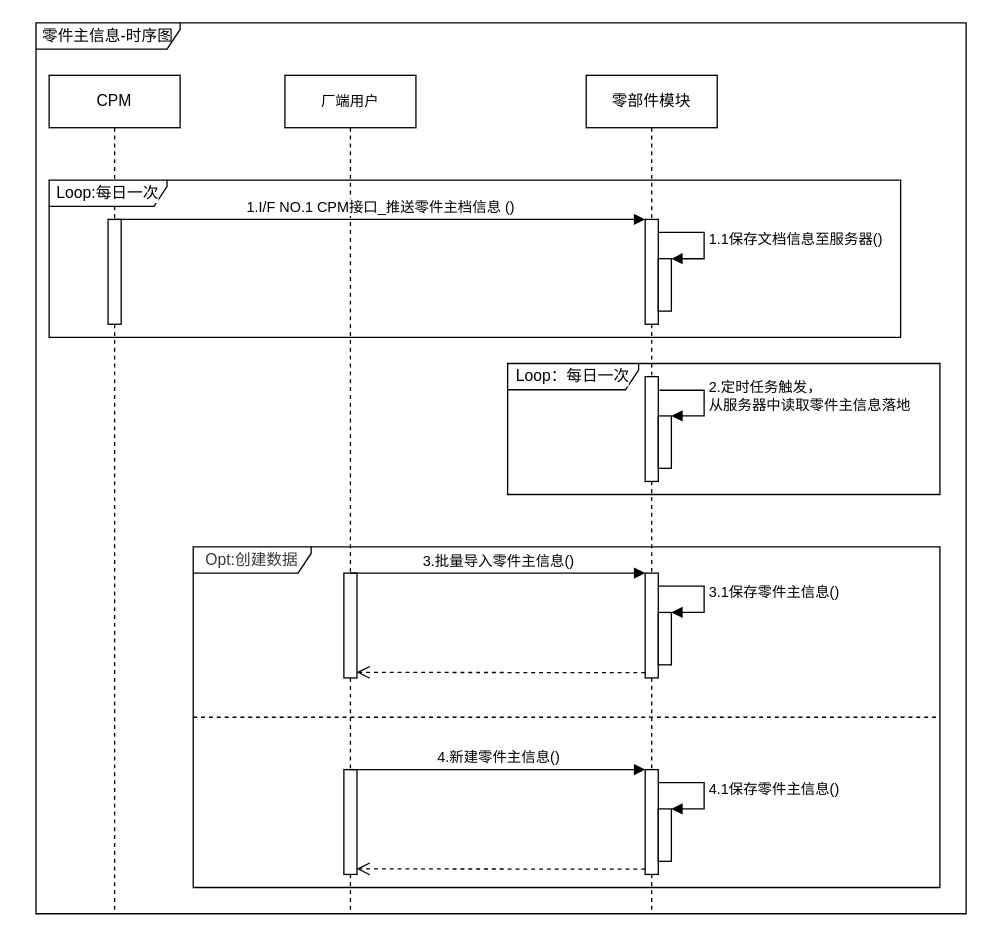
The draw.io diagram page "时序图" (1 of 4) of 零件主信息.drawio in 1132489442/gitRepository1, before the edit. Source tidied: cells renumbered, new cells numbered last; positions are measured from the earlier drawing's top-left corner, leaving out a move shared by most shapes. Both pictures are drawn from the tidied source at 131%, with x=0, y=0 at pixel (35, 22).
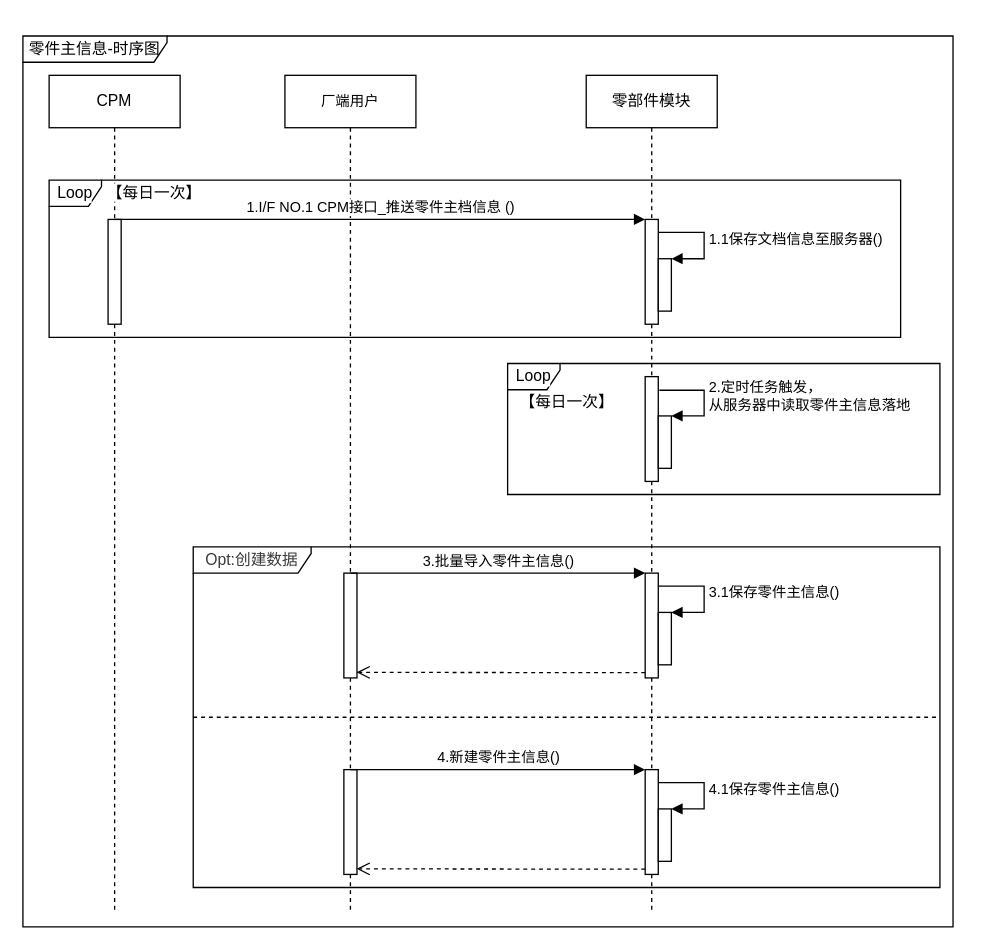
The same page after the edit.

What changed in the source:
```diff
@@
-    <mxCell id="19" value="零件主信息-时序图" style="shape=umlFrame;whiteSpace=wrap;html=1;width=110;height=20;" parent="1" vertex="1">
-      <mxGeometry width="710" height="680" as="geometry" />
-    </mxCell>
@@
-    <mxCell id="26" value="Loop：每日一次" style="shape=umlFrame;whiteSpace=wrap;html=1;labelBackgroundColor=#FFFFFF;fillColor=#FFFFFF;width=100;height=20;" parent="1" vertex="1">
+    <mxCell id="26" value="Loop" style="shape=umlFrame;whiteSpace=wrap;html=1;labelBackgroundColor=#FFFFFF;fillColor=#FFFFFF;width=40;height=20;" parent="1" vertex="1">
       <mxGeometry x="360" y="260" width="330" height="100" as="geometry" />
     </mxCell>
@@
-    <mxCell id="29" value="Loop:每日一次" style="shape=umlFrame;whiteSpace=wrap;html=1;labelBackgroundColor=#FFFFFF;fillColor=#FFFFFF;width=90;height=20;" parent="1" vertex="1">
+    <mxCell id="29" value="Loop" style="shape=umlFrame;whiteSpace=wrap;html=1;labelBackgroundColor=#FFFFFF;fillColor=#FFFFFF;width=40;height=20;" parent="1" vertex="1">
       <mxGeometry x="10" y="120" width="650" height="120" as="geometry" />
     </mxCell>
+    <mxCell id="19" value="零件主信息-时序图" style="shape=umlFrame;whiteSpace=wrap;html=1;width=110;height=20;" parent="1" vertex="1">
+      <mxGeometry x="-10" y="10" width="710" height="680" as="geometry" />
+    </mxCell>
+    <mxCell id="30" value="&lt;span style=&quot;background-color: rgb(255 , 255 , 255)&quot;&gt;【&lt;/span&gt;&lt;span style=&quot;background-color: rgb(255 , 255 , 255)&quot;&gt;每日一次&lt;/span&gt;&lt;span style=&quot;background-color: rgb(255 , 255 , 255)&quot;&gt;】&lt;/span&gt;" style="text;html=1;align=center;verticalAlign=middle;strokeColor=none;fillColor=none;" parent="1" vertex="1">
+      <mxGeometry x="45" y="120" width="90" height="20" as="geometry" />
+    </mxCell>
+    <mxCell id="31" value="&lt;span style=&quot;background-color: rgb(255 , 255 , 255)&quot;&gt;【&lt;/span&gt;&lt;span style=&quot;background-color: rgb(255 , 255 , 255)&quot;&gt;每日一次&lt;/span&gt;&lt;span style=&quot;background-color: rgb(255 , 255 , 255)&quot;&gt;】&lt;/span&gt;" style="text;html=1;align=center;verticalAlign=middle;strokeColor=none;fillColor=none;" parent="1" vertex="1">
+      <mxGeometry x="360" y="280" width="90" height="20" as="geometry" />
+    </mxCell>
```
